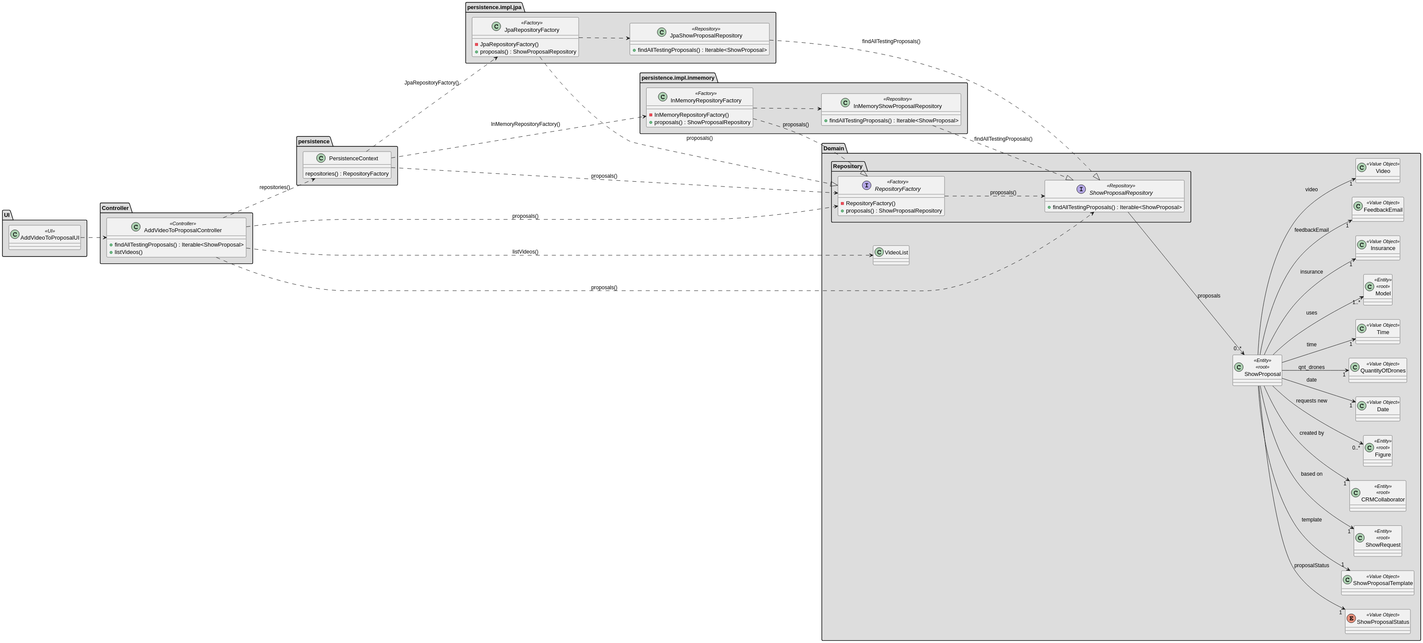
diogoveirospro/sem4pi-2024-2025-sem4pi_2024_2025_g44 keeps this PlantUML diagram as docs/SPRINT_3/US315/images/class_diagram_us315.svg. Above is the earlier version. Source of this version:
```plantuml
@startuml
set separator none
left to right direction


package "Domain" #DDDDDD {

    package "Repository " #DDDDDD {
        Interface ShowProposalRepository <<Repository>> {
            + findAllTestingProposals() : Iterable<ShowProposal>

        }

        Interface RepositoryFactory <<Factory>> {
            - RepositoryFactory()
            + proposals() : ShowProposalRepository
        }

    }

    enum ShowProposalStatus <<Value Object>>{
        }

        class ShowProposal <<Entity>> <<root>>{
        }

        class ShowProposalTemplate <<Value Object>>{
        }

        class ShowRequest <<Entity>> <<root>>{
        }

        class CRMCollaborator <<Entity>> <<root>>{
        }

        class Figure <<Entity>> <<root>>{
        }

        class Date <<Value Object>>{
        }

        class QuantityOfDrones <<Value Object>>{
        }

        class Time <<Value Object>>{
        }

        class Model <<Entity>> <<root>>{
        }

        class Insurance <<Value Object>>{
        }

        class FeedbackEmail <<Value Object>>{
        }

        class Video <<Value Object>>{
        }

        class VideoList {
        }
}

package "UI" #DDDDDD {
    class AddVideoToProposalUI <<UI>> {

    }
}

package "Controller" #DDDDDD {
    class AddVideoToProposalController <<Controller>> {
        + findAllTestingProposals() : Iterable<ShowProposal>
        + listVideos()
    }
}

package "persistence.impl.jpa" #DDDDDD {
    class JpaShowProposalRepository <<Repository>> {
        + findAllTestingProposals() : Iterable<ShowProposal>
    }

    class JpaRepositoryFactory <<Factory>> {
        - JpaRepositoryFactory()
        + proposals() : ShowProposalRepository
    }

}

package "persistence.impl.inmemory" #DDDDDD {
    class InMemoryShowProposalRepository <<Repository>> {
        + findAllTestingProposals() : Iterable<ShowProposal>
    }

    class InMemoryRepositoryFactory <<Factory>> {
        - InMemoryRepositoryFactory()
        + proposals() : ShowProposalRepository
    }
}

package "persistence" #DDDDDD {
    class PersistenceContext {
        repositories() : RepositoryFactory
    }
}

ShowProposal --> "1" FeedbackEmail: feedbackEmail
ShowProposal --> "1" CRMCollaborator: created by
ShowProposal --> "1" ShowRequest: based on
ShowProposal --> "1" ShowProposalStatus: proposalStatus
ShowProposal --> "0..*" Figure : requests new
ShowProposal --> "1" ShowProposalTemplate: template
ShowProposal --> "1..*" Model: uses
ShowProposal --> "1" QuantityOfDrones: qnt_drones
ShowProposal --> "1" Time: time
ShowProposal --> "1" Date: date
ShowProposal --> "1" Insurance: insurance
ShowProposal --> "1" Video: video

RepositoryFactory ..> ShowProposalRepository : proposals()

ShowProposalRepository --> "0..*" ShowProposal : proposals

AddVideoToProposalUI ..> AddVideoToProposalController
AddVideoToProposalController ..> RepositoryFactory : proposals()
AddVideoToProposalController ..> ShowProposalRepository : proposals()
AddVideoToProposalController ..> PersistenceContext : repositories()

AddVideoToProposalController ..> VideoList : listVideos()

PersistenceContext ..> JpaRepositoryFactory : JpaRepositoryFactory()
PersistenceContext ..> InMemoryRepositoryFactory : InMemoryRepositoryFactory()
PersistenceContext ..> RepositoryFactory : proposals()

JpaRepositoryFactory ...|> RepositoryFactory : proposals()
JpaRepositoryFactory ..> JpaShowProposalRepository

JpaShowProposalRepository ..|> ShowProposalRepository : findAllTestingProposals()


InMemoryRepositoryFactory .|> RepositoryFactory : proposals()
InMemoryRepositoryFactory ..> InMemoryShowProposalRepository

InMemoryShowProposalRepository ..|> ShowProposalRepository : findAllTestingProposals()
@enduml
```
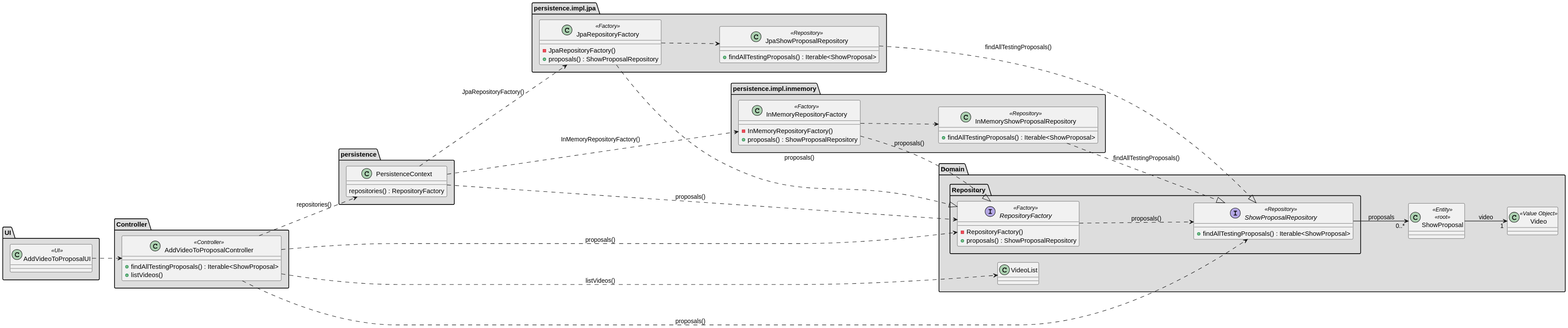
Later version of the same file.

The edit, as a diff of the source:
```diff
@@ -18,40 +18,7 @@
 
     }
 
-    enum ShowProposalStatus <<Value Object>>{
-        }
-
         class ShowProposal <<Entity>> <<root>>{
-        }
-
-        class ShowProposalTemplate <<Value Object>>{
-        }
-
-        class ShowRequest <<Entity>> <<root>>{
-        }
-
-        class CRMCollaborator <<Entity>> <<root>>{
-        }
-
-        class Figure <<Entity>> <<root>>{
-        }
-
-        class Date <<Value Object>>{
-        }
-
-        class QuantityOfDrones <<Value Object>>{
-        }
-
-        class Time <<Value Object>>{
-        }
-
-        class Model <<Entity>> <<root>>{
-        }
-
-        class Insurance <<Value Object>>{
-        }
-
-        class FeedbackEmail <<Value Object>>{
         }
 
         class Video <<Value Object>>{
@@ -103,17 +70,7 @@
     }
 }
 
-ShowProposal --> "1" FeedbackEmail: feedbackEmail
-ShowProposal --> "1" CRMCollaborator: created by
-ShowProposal --> "1" ShowRequest: based on
-ShowProposal --> "1" ShowProposalStatus: proposalStatus
-ShowProposal --> "0..*" Figure : requests new
-ShowProposal --> "1" ShowProposalTemplate: template
-ShowProposal --> "1..*" Model: uses
-ShowProposal --> "1" QuantityOfDrones: qnt_drones
-ShowProposal --> "1" Time: time
-ShowProposal --> "1" Date: date
-ShowProposal --> "1" Insurance: insurance
+
 ShowProposal --> "1" Video: video
 
 RepositoryFactory ..> ShowProposalRepository : proposals()
```
